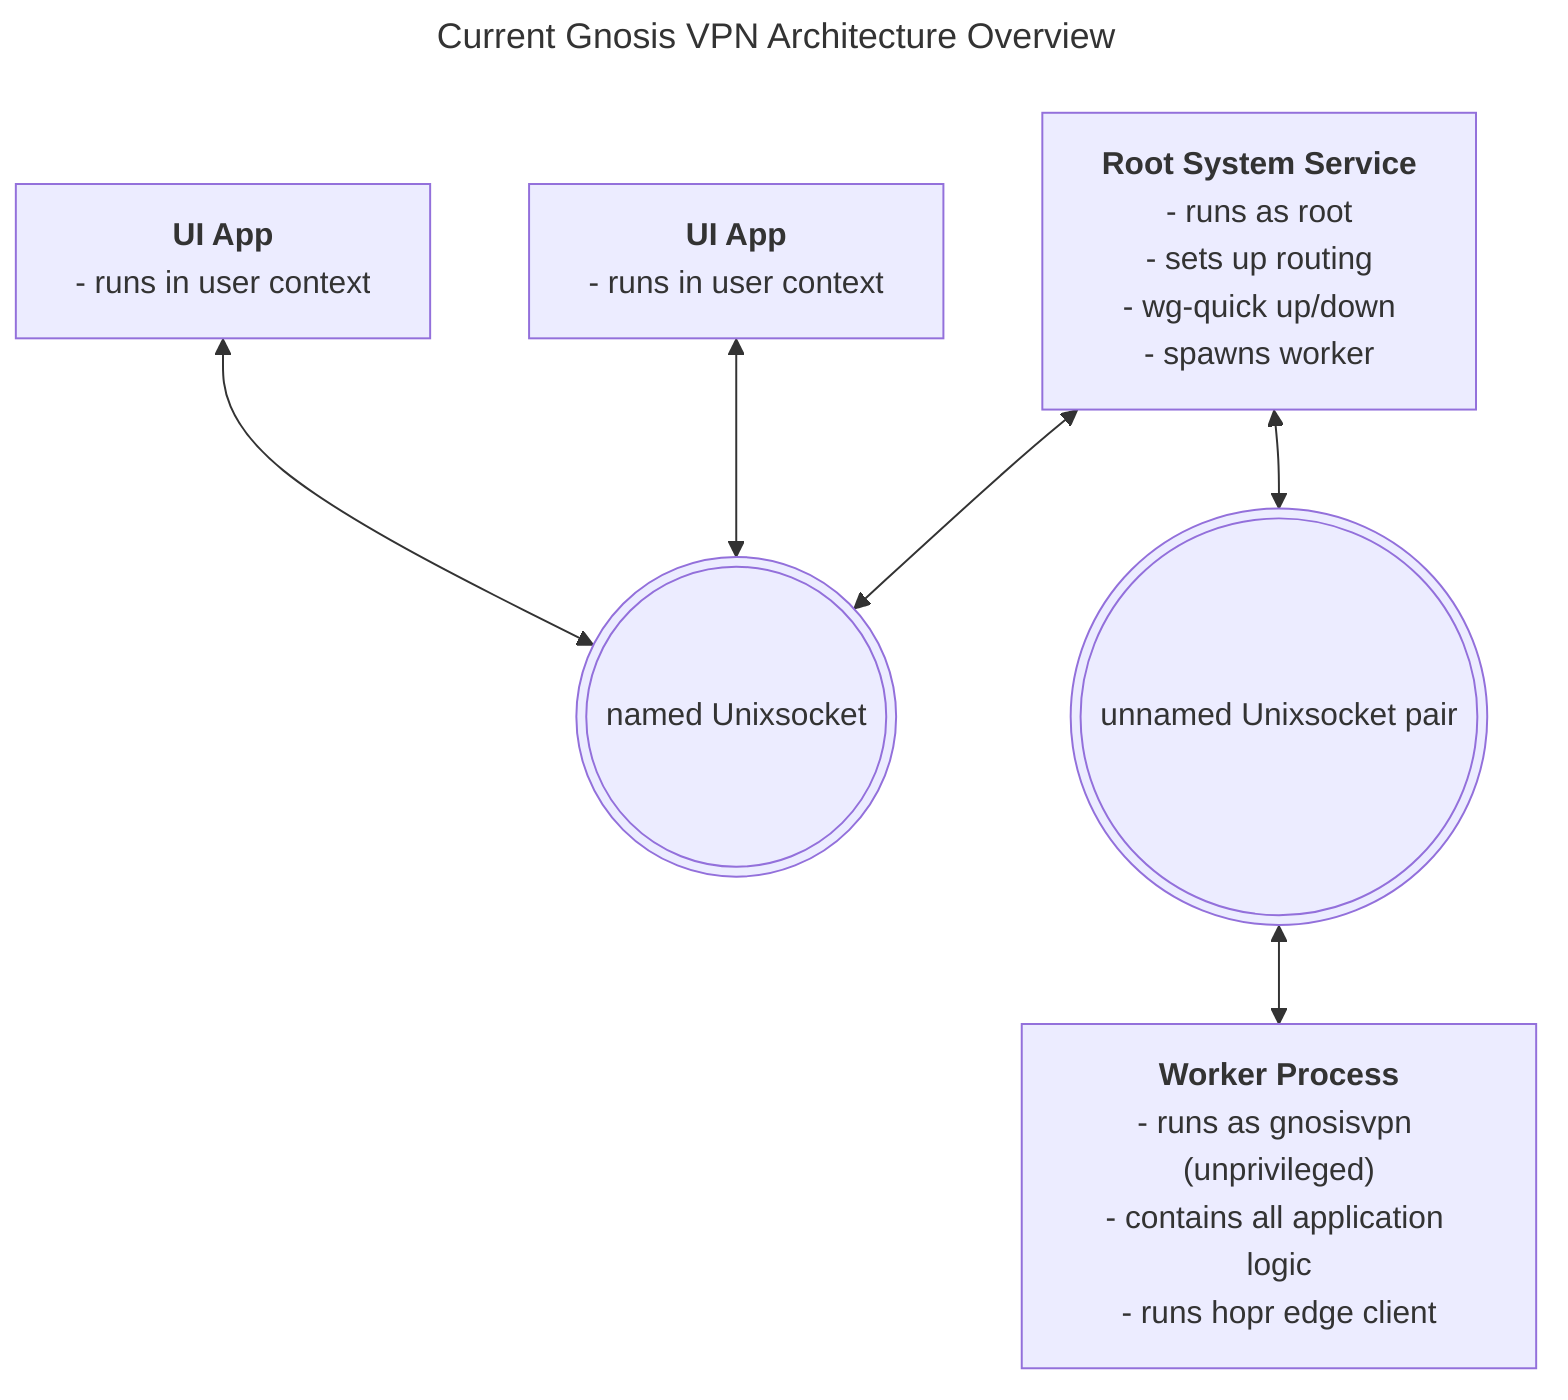
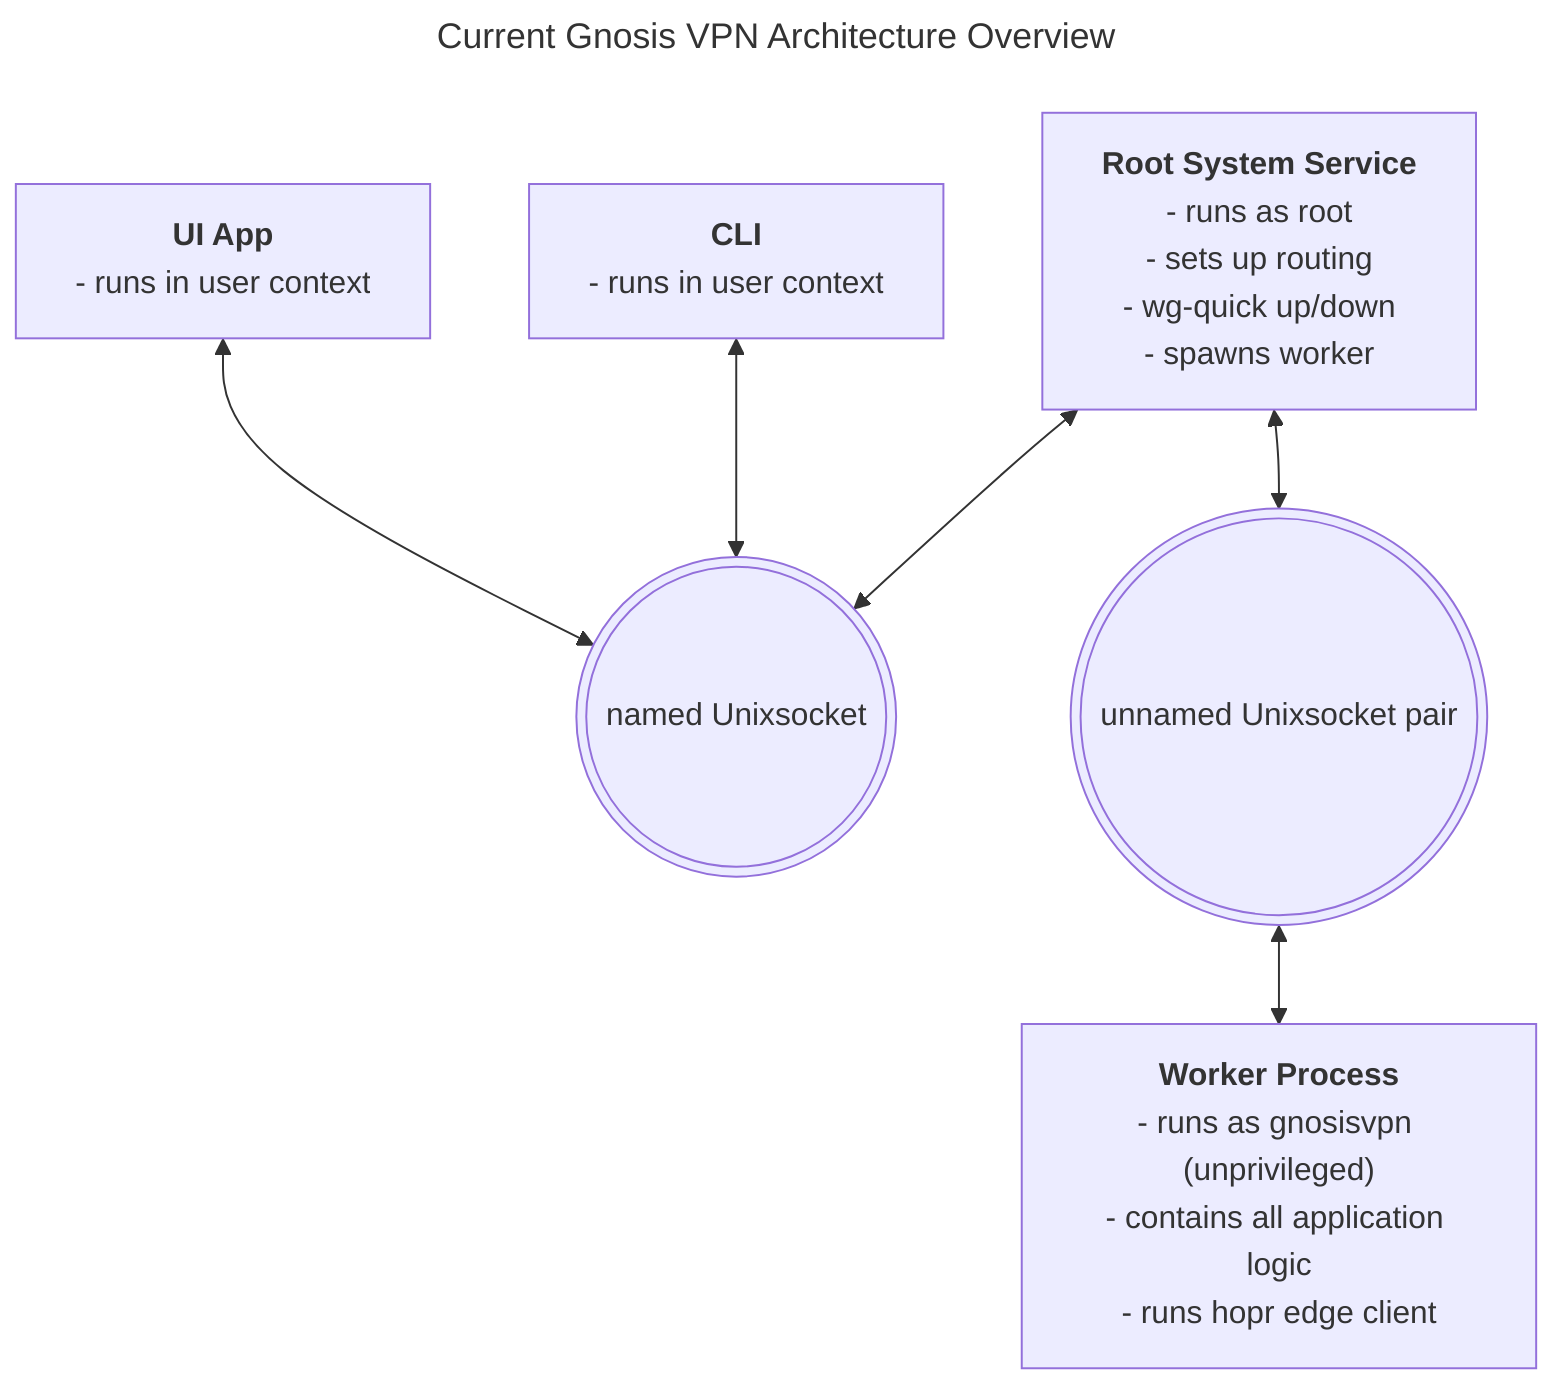
---
title: Current Gnosis VPN Architecture Overview
---
flowchart
    UI["`**UI App**
    - runs in user context
    `"]
-     CLI["`**UI App**
+     CLI["`**CLI**
    - runs in user context
    `"]
    Root["`**Root System Service**
    - runs as root
    - sets up routing
    - wg-quick up/down
    - spawns worker
    `" ]
    Worker["`**Worker Process**
    - runs as gnosisvpn (unprivileged)
    - contains all application logic
    - runs hopr edge client
    `"]
    SystemSocket(((named Unixsocket)))
    WorkerSocket(((unnamed Unixsocket pair)))
    UI <--> SystemSocket
    CLI <--> SystemSocket
    Root <--> SystemSocket
    Root <--> WorkerSocket
    WorkerSocket <--> Worker
